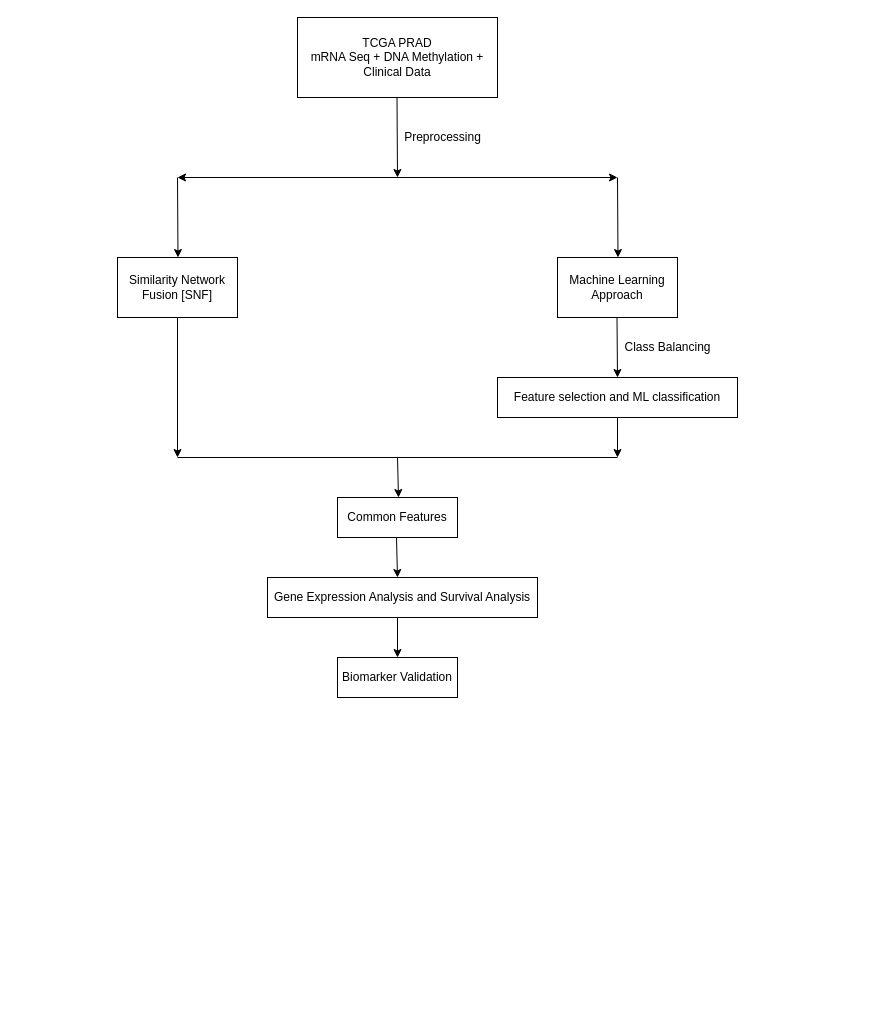
This is Methodology.drawio from SanandhKumar02/MiniProject_ProstateCancer, a draw.io file, before an edit. Source tidied: cells renumbered, new cells numbered last; positions are measured from the earlier drawing's top-left corner, leaving out a move shared by most shapes. Both pictures are drawn from the tidied source at 100%, with x=0, y=0 at pixel (117, 17).
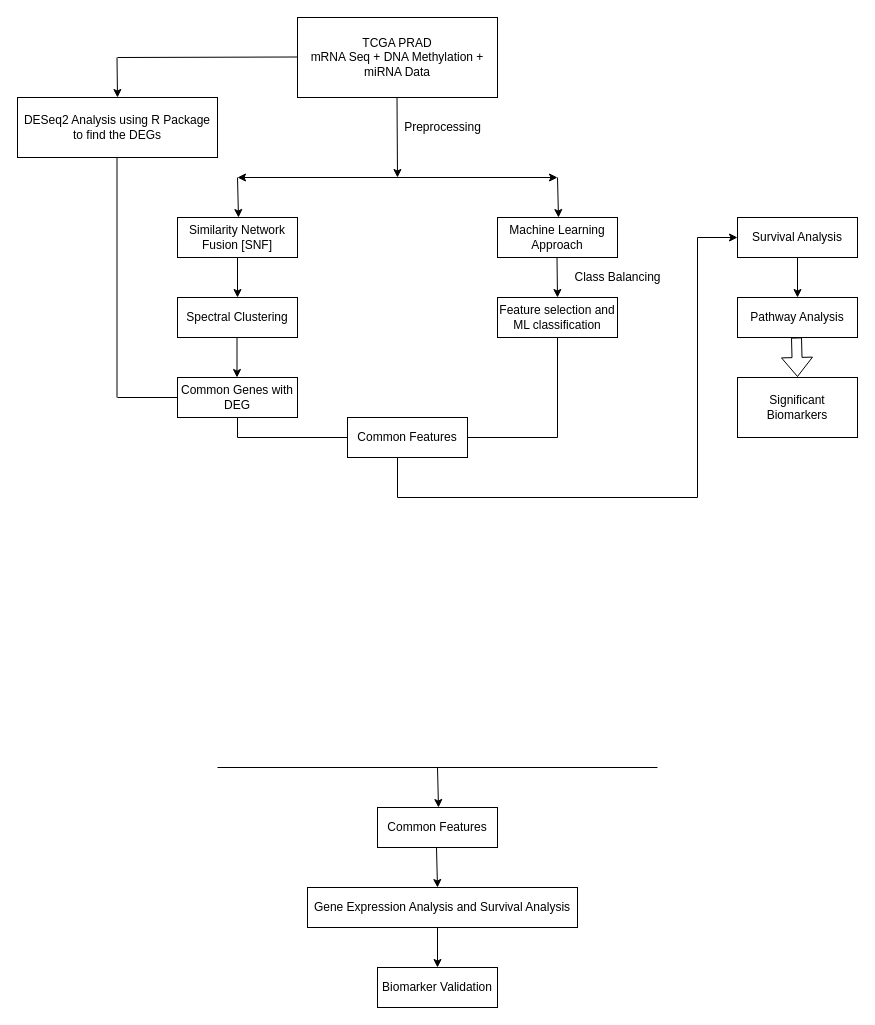
The same diagram, later.

Change to the diagram source:
```diff
@@
-    <mxCell id="2" value="TCGA PRAD&lt;br&gt;mRNA Seq + DNA Methylation + Clinical Data" style="rounded=0;whiteSpace=wrap;html=1;" parent="1" vertex="1">
+    <mxCell id="2" value="TCGA PRAD&lt;br&gt;mRNA Seq + DNA Methylation + miRNA Data" style="rounded=0;whiteSpace=wrap;html=1;" parent="1" vertex="1">
       <mxGeometry x="180" width="200" height="80" as="geometry" />
     </mxCell>
@@
     <mxCell id="4" style="endArrow=classic;html=1;rounded=0;" parent="1" edge="1">
       <mxGeometry relative="1" as="geometry">
         <mxPoint x="279.5" y="160" as="sourcePoint" />
-        <mxPoint x="500" y="160" as="targetPoint" />
+        <mxPoint x="440" y="160" as="targetPoint" />
       </mxGeometry>
     </mxCell>
     <mxCell id="5" style="endArrow=classic;html=1;rounded=0;" parent="1" edge="1">
       <mxGeometry relative="1" as="geometry">
         <mxPoint x="279.5" y="160" as="sourcePoint" />
-        <mxPoint x="60" y="160" as="targetPoint" />
+        <mxPoint x="120" y="160" as="targetPoint" />
       </mxGeometry>
     </mxCell>
     <mxCell id="6" style="endArrow=classic;html=1;rounded=0;" parent="1" edge="1">
       <mxGeometry relative="1" as="geometry">
-        <mxPoint x="60" y="160" as="sourcePoint" />
-        <mxPoint x="60.5" y="240" as="targetPoint" />
+        <mxPoint x="120" y="160" as="sourcePoint" />
+        <mxPoint x="121" y="200" as="targetPoint" />
       </mxGeometry>
     </mxCell>
     <mxCell id="7" style="endArrow=classic;html=1;rounded=0;" parent="1" edge="1">
       <mxGeometry relative="1" as="geometry">
-        <mxPoint x="500" y="160" as="sourcePoint" />
-        <mxPoint x="500.5" y="240" as="targetPoint" />
+        <mxPoint x="440" y="160" as="sourcePoint" />
+        <mxPoint x="441" y="200" as="targetPoint" />
       </mxGeometry>
     </mxCell>
     <mxCell id="8" value="Similarity Network Fusion [SNF]" style="rounded=0;whiteSpace=wrap;html=1;" parent="1" vertex="1">
-      <mxGeometry y="240" width="120" height="60" as="geometry" />
+      <mxGeometry x="60" y="200" width="120" height="40" as="geometry" />
     </mxCell>
     <mxCell id="9" value="Machine Learning Approach" style="rounded=0;whiteSpace=wrap;html=1;" parent="1" vertex="1">
-      <mxGeometry x="440" y="240" width="120" height="60" as="geometry" />
+      <mxGeometry x="380" y="200" width="120" height="40" as="geometry" />
     </mxCell>
     <mxCell id="10" value="Preprocessing" style="text;html=1;align=center;verticalAlign=middle;strokeColor=none;fillColor=none;" parent="1" vertex="1">
-      <mxGeometry x="280" y="110" width="90" height="20" as="geometry" />
+      <mxGeometry x="280" y="100" width="90" height="20" as="geometry" />
     </mxCell>
     <mxCell id="11" style="endArrow=classic;html=1;rounded=0;" parent="1" edge="1">
       <mxGeometry relative="1" as="geometry">
-        <mxPoint x="499.5" y="300" as="sourcePoint" />
-        <mxPoint x="500" y="360" as="targetPoint" />
+        <mxPoint x="439.5" y="240" as="sourcePoint" />
+        <mxPoint x="440" y="280" as="targetPoint" />
       </mxGeometry>
     </mxCell>
     <mxCell id="12" value="Class Balancing" style="text;html=1;align=center;verticalAlign=middle;strokeColor=none;fillColor=none;" parent="1" vertex="1">
-      <mxGeometry x="500" y="320" width="100" height="20" as="geometry" />
+      <mxGeometry x="450" y="250" width="100" height="20" as="geometry" />
     </mxCell>
     <mxCell id="13" value="Feature selection and ML classification" style="rounded=0;whiteSpace=wrap;html=1;" parent="1" vertex="1">
-      <mxGeometry x="380" y="360" width="240" height="40" as="geometry" />
+      <mxGeometry x="380" y="280" width="120" height="40" as="geometry" />
     </mxCell>
-    <mxCell id="14" style="endArrow=classic;html=1;rounded=0;" parent="1" edge="1" source="8">
-      <mxGeometry relative="1" as="geometry">
-        <mxPoint x="60" y="440" as="targetPoint" />
-      </mxGeometry>
+    <mxCell id="14" style="endArrow=classic;html=1;rounded=0;entryX=0.5;entryY=0;entryDx=0;entryDy=0;" parent="1" edge="1" source="8" target="26">
+      <mxGeometry relative="1" as="geometry" />
     </mxCell>
-    <mxCell id="15" style="endArrow=classic;html=1;rounded=0;" parent="1" edge="1">
-      <mxGeometry relative="1" as="geometry">
-        <mxPoint x="500" y="400" as="sourcePoint" />
-        <mxPoint x="500" y="440" as="targetPoint" />
-      </mxGeometry>
-    </mxCell>
     <mxCell id="16" style="endArrow=none;html=1;rounded=0;" parent="1" edge="1">
       <mxGeometry relative="1" as="geometry">
-        <mxPoint x="60" y="440" as="sourcePoint" />
-        <mxPoint x="500" y="440" as="targetPoint" />
+        <mxPoint x="100" y="750" as="sourcePoint" />
+        <mxPoint x="540" y="750" as="targetPoint" />
       </mxGeometry>
     </mxCell>
     <mxCell id="17" style="endArrow=classic;html=1;rounded=0;" parent="1" edge="1">
       <mxGeometry relative="1" as="geometry">
-        <mxPoint x="280" y="440" as="sourcePoint" />
-        <mxPoint x="281" y="480" as="targetPoint" />
+        <mxPoint x="320" y="750" as="sourcePoint" />
+        <mxPoint x="321" y="790" as="targetPoint" />
       </mxGeometry>
     </mxCell>
     <mxCell id="18" value="Common Features" style="rounded=0;whiteSpace=wrap;html=1;" parent="1" vertex="1">
-      <mxGeometry x="220" y="480" width="120" height="40" as="geometry" />
+      <mxGeometry x="260" y="790" width="120" height="40" as="geometry" />
     </mxCell>
     <mxCell id="19" style="endArrow=classic;html=1;rounded=0;" parent="1" edge="1">
       <mxGeometry relative="1" as="geometry">
-        <mxPoint x="279" y="520" as="sourcePoint" />
-        <mxPoint x="280" y="560" as="targetPoint" />
+        <mxPoint x="319" y="830" as="sourcePoint" />
+        <mxPoint x="320" y="870" as="targetPoint" />
       </mxGeometry>
     </mxCell>
     <mxCell id="20" value="Gene Expression Analysis and Survival Analysis" style="rounded=0;whiteSpace=wrap;html=1;" parent="1" vertex="1">
-      <mxGeometry x="150" y="560" width="270" height="40" as="geometry" />
+      <mxGeometry x="190" y="870" width="270" height="40" as="geometry" />
     </mxCell>
     <mxCell id="21" style="endArrow=classic;html=1;rounded=0;" parent="1" edge="1">
       <mxGeometry relative="1" as="geometry">
-        <mxPoint x="280" y="600" as="sourcePoint" />
-        <mxPoint x="280" y="640" as="targetPoint" />
+        <mxPoint x="320" y="910" as="sourcePoint" />
+        <mxPoint x="320" y="950" as="targetPoint" />
       </mxGeometry>
     </mxCell>
     <mxCell id="22" value="Biomarker Validation" style="rounded=0;whiteSpace=wrap;html=1;" parent="1" vertex="1">
-      <mxGeometry x="220" y="640" width="120" height="40" as="geometry" />
+      <mxGeometry x="260" y="950" width="120" height="40" as="geometry" />
     </mxCell>
+    <mxCell id="23" value="DESeq2 Analysis using R Package to find the DEGs" style="rounded=0;whiteSpace=wrap;html=1;" parent="1" vertex="1">
+      <mxGeometry x="-100" y="80" width="200" height="60" as="geometry" />
+    </mxCell>
+    <mxCell id="24" style="endArrow=none;html=1;rounded=0;" parent="1" edge="1">
+      <mxGeometry relative="1" as="geometry">
+        <mxPoint y="40" as="sourcePoint" />
+        <mxPoint x="180" y="39.5" as="targetPoint" />
+      </mxGeometry>
+    </mxCell>
+    <mxCell id="25" style="endArrow=classic;html=1;rounded=0;" parent="1" edge="1">
+      <mxGeometry relative="1" as="geometry">
+        <mxPoint x="-0.5" y="40" as="sourcePoint" />
+        <mxPoint y="80" as="targetPoint" />
+      </mxGeometry>
+    </mxCell>
+    <mxCell id="26" value="Spectral Clustering" style="rounded=0;whiteSpace=wrap;html=1;" parent="1" vertex="1">
+      <mxGeometry x="60" y="280" width="120" height="40" as="geometry" />
+    </mxCell>
+    <mxCell id="27" style="endArrow=classic;html=1;rounded=0;" parent="1" edge="1">
+      <mxGeometry relative="1" as="geometry">
+        <mxPoint x="119.5" y="320" as="sourcePoint" />
+        <mxPoint x="119.5" y="360" as="targetPoint" />
+      </mxGeometry>
+    </mxCell>
+    <mxCell id="28" style="endArrow=none;html=1;rounded=0;" parent="1" edge="1">
+      <mxGeometry relative="1" as="geometry">
+        <mxPoint x="-0.5" y="380" as="sourcePoint" />
+        <mxPoint x="-0.5" y="140" as="targetPoint" />
+      </mxGeometry>
+    </mxCell>
+    <mxCell id="29" value="Common Genes with DEG" style="rounded=0;whiteSpace=wrap;html=1;" parent="1" vertex="1">
+      <mxGeometry x="60" y="360" width="120" height="40" as="geometry" />
+    </mxCell>
+    <mxCell id="30" style="endArrow=none;html=1;rounded=0;entryX=0;entryY=0.5;entryDx=0;entryDy=0;" parent="1" edge="1" target="29">
+      <mxGeometry relative="1" as="geometry">
+        <mxPoint y="380" as="sourcePoint" />
+      </mxGeometry>
+    </mxCell>
+    <mxCell id="31" value="Common Features" style="rounded=0;whiteSpace=wrap;html=1;" parent="1" vertex="1">
+      <mxGeometry x="230" y="400" width="120" height="40" as="geometry" />
+    </mxCell>
+    <mxCell id="32" style="endArrow=none;html=1;rounded=0;" parent="1" edge="1">
+      <mxGeometry relative="1" as="geometry">
+        <mxPoint x="120" y="420" as="sourcePoint" />
+        <mxPoint x="120" y="400" as="targetPoint" />
+      </mxGeometry>
+    </mxCell>
+    <mxCell id="33" style="endArrow=none;html=1;rounded=0;" parent="1" edge="1" target="31">
+      <mxGeometry relative="1" as="geometry">
+        <mxPoint x="120" y="420" as="sourcePoint" />
+      </mxGeometry>
+    </mxCell>
+    <mxCell id="34" style="endArrow=none;html=1;rounded=0;" parent="1" edge="1">
+      <mxGeometry relative="1" as="geometry">
+        <mxPoint x="440" y="420" as="sourcePoint" />
+        <mxPoint x="440" y="320" as="targetPoint" />
+      </mxGeometry>
+    </mxCell>
+    <mxCell id="35" style="endArrow=none;html=1;rounded=0;" parent="1" edge="1">
+      <mxGeometry relative="1" as="geometry">
+        <mxPoint x="350" y="420" as="sourcePoint" />
+        <mxPoint x="440" y="420" as="targetPoint" />
+      </mxGeometry>
+    </mxCell>
+    <mxCell id="36" value="Survival Analysis" style="rounded=0;whiteSpace=wrap;html=1;" parent="1" vertex="1">
+      <mxGeometry x="620" y="200" width="120" height="40" as="geometry" />
+    </mxCell>
+    <mxCell id="37" value="Pathway Analysis" style="rounded=0;whiteSpace=wrap;html=1;" parent="1" vertex="1">
+      <mxGeometry x="620" y="280" width="120" height="40" as="geometry" />
+    </mxCell>
+    <mxCell id="38" style="endArrow=none;html=1;rounded=0;" parent="1" edge="1">
+      <mxGeometry relative="1" as="geometry">
+        <mxPoint x="280" y="480" as="sourcePoint" />
+        <mxPoint x="280" y="440" as="targetPoint" />
+      </mxGeometry>
+    </mxCell>
+    <mxCell id="39" style="endArrow=none;html=1;rounded=0;" parent="1" edge="1">
+      <mxGeometry relative="1" as="geometry">
+        <mxPoint x="280" y="480" as="sourcePoint" />
+        <mxPoint x="580" y="480" as="targetPoint" />
+      </mxGeometry>
+    </mxCell>
+    <mxCell id="40" style="endArrow=none;html=1;rounded=0;" parent="1" edge="1">
+      <mxGeometry relative="1" as="geometry">
+        <mxPoint x="580" y="480" as="sourcePoint" />
+        <mxPoint x="580" y="220" as="targetPoint" />
+      </mxGeometry>
+    </mxCell>
+    <mxCell id="41" style="endArrow=classic;html=1;rounded=0;entryX=0;entryY=0.5;entryDx=0;entryDy=0;" parent="1" edge="1" target="36">
+      <mxGeometry relative="1" as="geometry">
+        <mxPoint x="580" y="220" as="sourcePoint" />
+      </mxGeometry>
+    </mxCell>
+    <mxCell id="42" style="endArrow=classic;html=1;rounded=0;entryX=0.5;entryY=0;entryDx=0;entryDy=0;" parent="1" edge="1" target="37">
+      <mxGeometry relative="1" as="geometry">
+        <mxPoint x="680" y="240" as="sourcePoint" />
+      </mxGeometry>
+    </mxCell>
+    <mxCell id="43" value="Significant Biomarkers" style="rounded=0;whiteSpace=wrap;html=1;" parent="1" vertex="1">
+      <mxGeometry x="620" y="360" width="120" height="60" as="geometry" />
+    </mxCell>
+    <mxCell id="44" style="shape=flexArrow;endArrow=classic;html=1;rounded=0;entryX=0.425;entryY=-0.008;entryDx=0;entryDy=0;entryPerimeter=0;" parent="1" edge="1">
+      <mxGeometry relative="1" as="geometry">
+        <mxPoint x="679" y="320" as="sourcePoint" />
+        <mxPoint x="680" y="359.5" as="targetPoint" />
+      </mxGeometry>
+    </mxCell>
```
